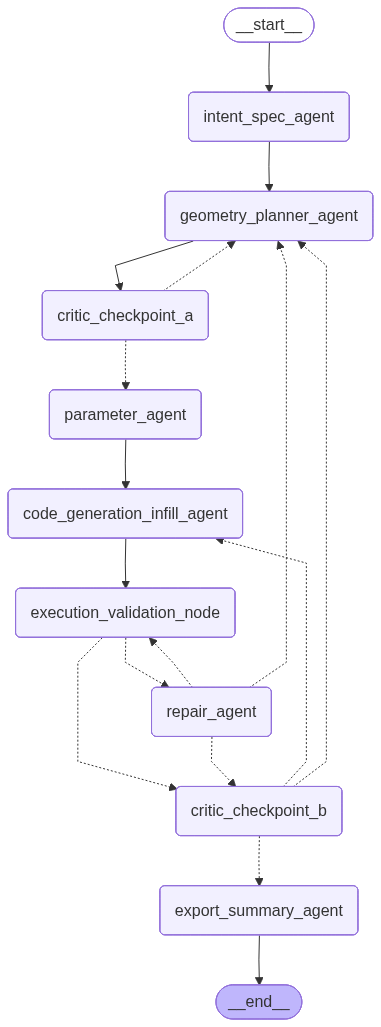
Above: artifacts/pipeline_graph.png in gilfoyle19/cadpilotv3 (Mermaid), before the change. Its source is kept beside it as artifacts/pipeline_graph.mmd.
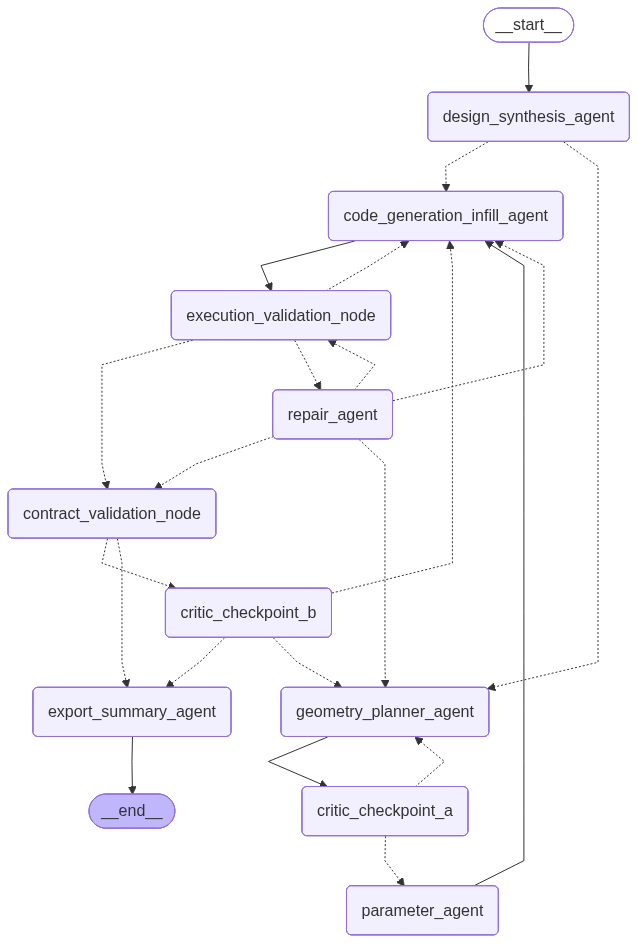
Above is the later version.

What changed in the source:
```diff
@@ -5,29 +5,35 @@
 ---
 graph TD;
 	__start__([<p>__start__</p>]):::first
-	intent_spec_agent(intent_spec_agent)
+	design_synthesis_agent(design_synthesis_agent)
 	geometry_planner_agent(geometry_planner_agent)
 	critic_checkpoint_a(critic_checkpoint_a)
 	parameter_agent(parameter_agent)
 	code_generation_infill_agent(code_generation_infill_agent)
 	execution_validation_node(execution_validation_node)
+	contract_validation_node(contract_validation_node)
 	repair_agent(repair_agent)
 	critic_checkpoint_b(critic_checkpoint_b)
 	export_summary_agent(export_summary_agent)
 	__end__([<p>__end__</p>]):::last
-	__start__ --> intent_spec_agent;
+	__start__ --> design_synthesis_agent;
 	code_generation_infill_agent --> execution_validation_node;
+	contract_validation_node -.-> critic_checkpoint_b;
+	contract_validation_node -.-> export_summary_agent;
 	critic_checkpoint_a -.-> geometry_planner_agent;
 	critic_checkpoint_a -.-> parameter_agent;
 	critic_checkpoint_b -.-> code_generation_infill_agent;
 	critic_checkpoint_b -.-> export_summary_agent;
 	critic_checkpoint_b -.-> geometry_planner_agent;
-	execution_validation_node -.-> critic_checkpoint_b;
+	design_synthesis_agent -.-> code_generation_infill_agent;
+	design_synthesis_agent -.-> geometry_planner_agent;
+	execution_validation_node -.-> code_generation_infill_agent;
+	execution_validation_node -.-> contract_validation_node;
 	execution_validation_node -.-> repair_agent;
 	geometry_planner_agent --> critic_checkpoint_a;
-	intent_spec_agent --> geometry_planner_agent;
 	parameter_agent --> code_generation_infill_agent;
-	repair_agent -.-> critic_checkpoint_b;
+	repair_agent -.-> code_generation_infill_agent;
+	repair_agent -.-> contract_validation_node;
 	repair_agent -.-> execution_validation_node;
 	repair_agent -.-> geometry_planner_agent;
 	export_summary_agent --> __end__;
```
